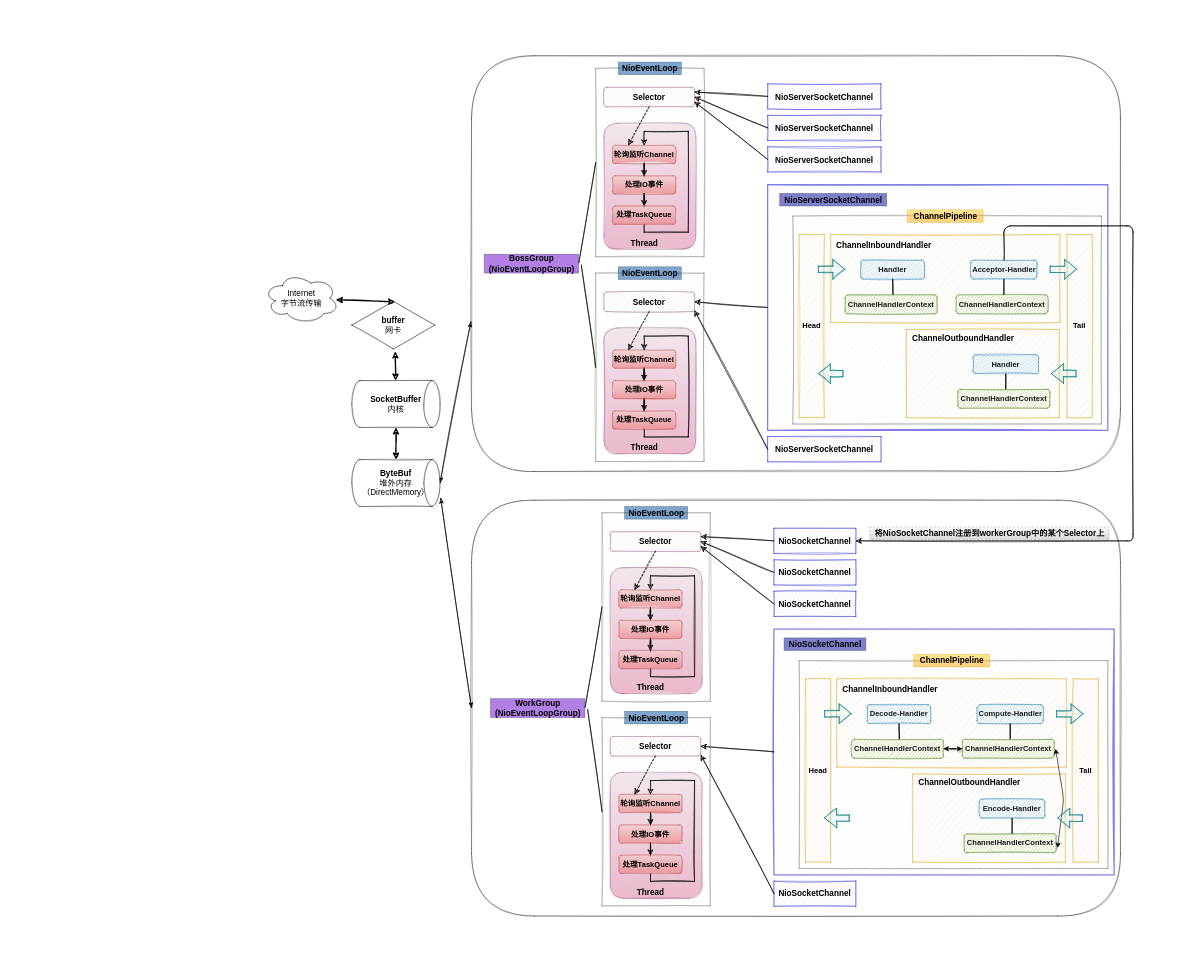
The draw.io diagram Untitled Diagram.drawio in IAMPadA/study, before the edit. Source tidied: cells renumbered, new cells numbered last; positions are measured from the earlier drawing's top-left corner, leaving out a move shared by most shapes. Both pictures are drawn from the tidied source at 63%, with x=0, y=0 at pixel (263, 55).
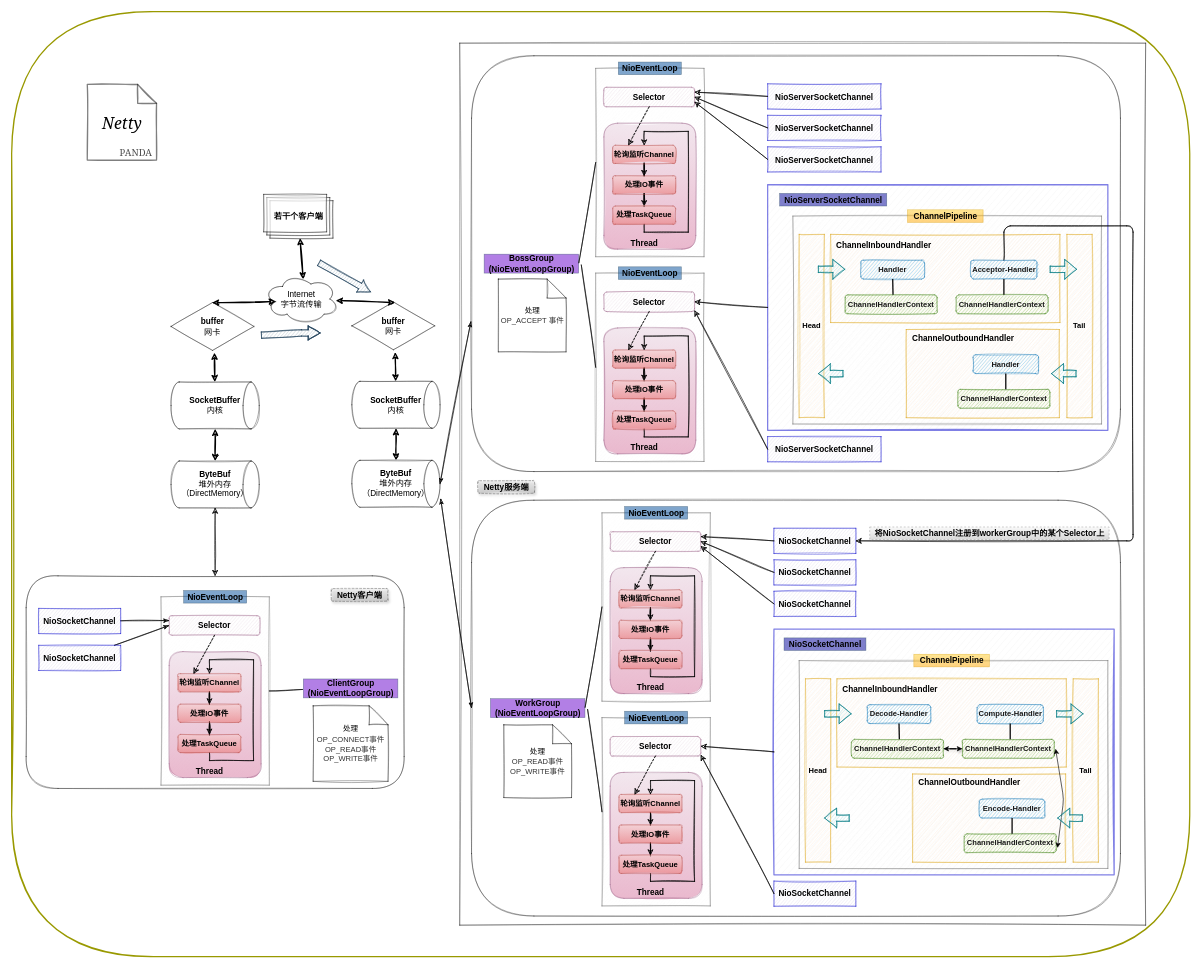
After the change.

The change refers to these unchanged cells:
```xml
<mxCell id="2" style="rounded=1;whiteSpace=wrap;html=1;shadow=0;glass=0;sketch=1;strokeWidth=1;fontFamily=Helvetica;fontSize=13;opacity=50;" parent="1" vertex="1">
  <mxGeometry x="330" y="705.5" width="1030" height="660" as="geometry" />
</mxCell>
<mxCell id="65" style="rounded=1;whiteSpace=wrap;html=1;shadow=0;glass=0;sketch=1;strokeWidth=1;fontFamily=Helvetica;fontSize=13;opacity=50;" parent="1" vertex="1">
  <mxGeometry x="330" width="1030" height="660" as="geometry" />
</mxCell>
```

Change to the diagram source:
```diff
@@
+    <mxCell id="136" style="rounded=1;whiteSpace=wrap;html=1;shadow=0;glass=0;sketch=1;strokeWidth=2;fontFamily=Georgia;fontSize=13;strokeColor=#999900;fillColor=#FFFFFF;" parent="1" vertex="1">
+      <mxGeometry x="-400" y="-70" width="1870" height="1500" as="geometry" />
+    </mxCell>
+    <mxCell id="137" style="shape=note;whiteSpace=wrap;html=1;backgroundOutline=1;darkOpacity=0.05;rounded=1;shadow=0;glass=0;sketch=1;strokeWidth=2;fontFamily=Georgia;fontSize=25;opacity=50;" parent="1" vertex="1">
+      <mxGeometry x="-280" y="45.5" width="110" height="120" as="geometry" />
+    </mxCell>
+    <mxCell id="138" style="rounded=0;whiteSpace=wrap;html=1;shadow=0;glass=0;sketch=1;strokeWidth=1;fontFamily=Helvetica;fontSize=13;opacity=50;" parent="1" vertex="1">
+      <mxGeometry x="311.2" y="-20" width="1088.8" height="1400" as="geometry" />
+    </mxCell>
+    <mxCell id="139" style="rounded=1;whiteSpace=wrap;html=1;shadow=0;glass=0;sketch=1;strokeWidth=1;fontFamily=Helvetica;fontSize=13;opacity=50;" parent="1" vertex="1">
+      <mxGeometry x="-377" y="825.5" width="600" height="337.5" as="geometry" />
+    </mxCell>
@@
-    <mxCell id="127" style="endArrow=classicThin;html=1;shadow=0;strokeWidth=1;fontFamily=Helvetica;fontSize=13;exitX=1;exitY=0.5;exitDx=0;exitDy=0;exitPerimeter=0;entryX=-0.001;entryY=0.639;entryDx=0;entryDy=0;entryPerimeter=0;sketch=1;endFill=1;startArrow=classicThin;startFill=1;" parent="1" edge="1" source="129" target="65">
-      <mxGeometry relative="1" as="geometry" />
-    </mxCell>
-    <mxCell id="128" style="endArrow=classicThin;html=1;shadow=0;strokeWidth=1;fontFamily=Helvetica;fontSize=13;exitX=0;exitY=0.5;exitDx=0;exitDy=0;entryX=1.007;entryY=0.816;entryDx=0;entryDy=0;entryPerimeter=0;sketch=1;startArrow=classicThin;startFill=1;endFill=1;" parent="1" edge="1" source="2" target="129">
-      <mxGeometry relative="1" as="geometry" />
-    </mxCell>
     <mxCell id="129" value="&lt;b&gt;ByteBuf&lt;/b&gt;&lt;br&gt;&lt;span&gt;堆外内存（DirectMemory）&lt;/span&gt;" style="strokeWidth=1;html=1;shape=mxgraph.flowchart.direct_data;whiteSpace=wrap;rounded=1;shadow=0;glass=0;sketch=1;fontFamily=Helvetica;fontSize=13;opacity=50;" parent="1" vertex="1">
-      <mxGeometry x="140" y="641" width="140" height="74.5" as="geometry" />
+      <mxGeometry x="140" y="642.2" width="140" height="74.5" as="geometry" />
     </mxCell>
     <mxCell id="130" value="&lt;b&gt;SocketBuffer&lt;/b&gt;&lt;br&gt;&lt;span&gt;内核&lt;/span&gt;" style="strokeWidth=1;html=1;shape=mxgraph.flowchart.direct_data;whiteSpace=wrap;rounded=1;shadow=0;glass=0;sketch=1;fontFamily=Helvetica;fontSize=13;opacity=50;" parent="1" vertex="1">
-      <mxGeometry x="140" y="515.5" width="140" height="74.5" as="geometry" />
+      <mxGeometry x="140" y="516.8" width="140" height="74.5" as="geometry" />
     </mxCell>
@@
     <mxCell id="132" value="&lt;b&gt;buffer&lt;/b&gt;&lt;br&gt;网卡" style="html=1;whiteSpace=wrap;shape=isoRectangle;rounded=1;shadow=0;glass=0;sketch=1;strokeWidth=1;fontFamily=Helvetica;fontSize=13;opacity=50;" parent="1" vertex="1">
-      <mxGeometry x="140" y="388" width="131.7" height="79" as="geometry" />
+      <mxGeometry x="140" y="389.2" width="131.7" height="79" as="geometry" />
     </mxCell>
@@
     <mxCell id="134" value="Internet&lt;br&gt;字节流传输" style="ellipse;shape=cloud;whiteSpace=wrap;html=1;rounded=1;shadow=0;glass=0;sketch=1;strokeWidth=1;fontFamily=Helvetica;fontSize=13;opacity=50;" parent="1" vertex="1">
-      <mxGeometry y="345" width="120" height="80" as="geometry" />
+      <mxGeometry y="346.2" width="120" height="80" as="geometry" />
     </mxCell>
@@
+    <mxCell id="140" value="&lt;b&gt;ByteBuf&lt;/b&gt;&lt;br&gt;&lt;span&gt;堆外内存（DirectMemory）&lt;/span&gt;" style="strokeWidth=1;html=1;shape=mxgraph.flowchart.direct_data;whiteSpace=wrap;rounded=1;shadow=0;glass=0;sketch=1;fontFamily=Helvetica;fontSize=13;opacity=50;" parent="1" vertex="1">
+      <mxGeometry x="-147" y="643.2" width="140" height="74.5" as="geometry" />
+    </mxCell>
+    <mxCell id="141" value="&lt;b&gt;SocketBuffer&lt;/b&gt;&lt;br&gt;&lt;span&gt;内核&lt;/span&gt;" style="strokeWidth=1;html=1;shape=mxgraph.flowchart.direct_data;whiteSpace=wrap;rounded=1;shadow=0;glass=0;sketch=1;fontFamily=Helvetica;fontSize=13;opacity=50;" parent="1" vertex="1">
+      <mxGeometry x="-147" y="517.8" width="140" height="74.5" as="geometry" />
+    </mxCell>
+    <mxCell id="142" style="endArrow=classic;startArrow=classic;html=1;shadow=0;strokeWidth=2;fontFamily=Helvetica;fontSize=13;exitX=0.5;exitY=1;exitDx=0;exitDy=0;exitPerimeter=0;entryX=0.5;entryY=0;entryDx=0;entryDy=0;entryPerimeter=0;sketch=1;" parent="1" edge="1" source="141" target="140">
+      <mxGeometry relative="1" as="geometry" />
+    </mxCell>
+    <mxCell id="143" value="&lt;b&gt;buffer&lt;/b&gt;&lt;br&gt;网卡" style="html=1;whiteSpace=wrap;shape=isoRectangle;rounded=1;shadow=0;glass=0;sketch=1;strokeWidth=1;fontFamily=Helvetica;fontSize=13;opacity=50;" parent="1" vertex="1">
+      <mxGeometry x="-147" y="390.2" width="131.7" height="79" as="geometry" />
+    </mxCell>
+    <mxCell id="144" style="endArrow=classic;startArrow=classic;html=1;shadow=0;strokeWidth=2;fontFamily=Helvetica;fontSize=13;exitX=0.523;exitY=1.029;exitDx=0;exitDy=0;exitPerimeter=0;sketch=1;" parent="1" edge="1" source="143" target="141">
+      <mxGeometry relative="1" as="geometry" />
+    </mxCell>
+    <mxCell id="145" style="endArrow=classic;startArrow=classic;html=1;shadow=0;strokeWidth=2;fontFamily=Helvetica;fontSize=13;exitX=0.495;exitY=0.023;exitDx=0;exitDy=0;exitPerimeter=0;sketch=1;entryX=0.16;entryY=0.55;entryDx=0;entryDy=0;entryPerimeter=0;" parent="1" edge="1" source="143" target="134">
+      <mxGeometry relative="1" as="geometry" />
+    </mxCell>
+    <mxCell id="146" value="&lt;span style=&quot;font-size: 13px&quot;&gt;ClientGroup&lt;br&gt;(NioEventLoopGroup)&lt;br&gt;&lt;/span&gt;" style="text;html=1;align=center;verticalAlign=middle;points=[];rounded=0;shadow=0;glass=0;sketch=0;opacity=50;fontStyle=1;strokeColor=#23445d;fillColor=#6600CC;" parent="1" vertex="1">
+      <mxGeometry x="63" y="989.2" width="150" height="30" as="geometry" />
+    </mxCell>
+    <mxCell id="147" style="rounded=0;whiteSpace=wrap;html=1;shadow=0;glass=0;sketch=1;strokeWidth=1;fontFamily=Helvetica;fontSize=13;opacity=50;fillColor=#f5f5f5;strokeColor=#666666;fontColor=#333333;" parent="1" vertex="1">
+      <mxGeometry x="-163" y="858.8" width="172" height="299" as="geometry" />
+    </mxCell>
+    <mxCell id="148" style="rounded=1;whiteSpace=wrap;html=1;shadow=0;glass=0;sketch=1;strokeColor=#996185;strokeWidth=1;fillColor=#e6d0de;fontFamily=Helvetica;opacity=50;gradientColor=#d5739d;" parent="1" vertex="1">
+      <mxGeometry x="-150" y="945.8" width="146" height="200" as="geometry" />
+    </mxCell>
+    <mxCell id="149" style="edgeStyle=orthogonalEdgeStyle;rounded=0;sketch=1;jettySize=auto;html=1;shadow=0;strokeWidth=1;fontFamily=Helvetica;" parent="1" edge="1" source="150" target="152">
+      <mxGeometry relative="1" as="geometry" />
+    </mxCell>
+    <mxCell id="150" value="&lt;font color=&quot;#000000&quot;&gt;轮询监听Channel&lt;/font&gt;" style="rounded=1;whiteSpace=wrap;html=1;shadow=0;glass=0;sketch=1;strokeColor=#b85450;strokeWidth=1;opacity=50;fontStyle=1;fontFamily=Helvetica;fillColor=#f8cecc;gradientColor=#ea6b66;" parent="1" vertex="1">
+      <mxGeometry x="-136" y="980.8" width="100" height="29" as="geometry" />
+    </mxCell>
+    <mxCell id="151" style="edgeStyle=orthogonalEdgeStyle;rounded=0;sketch=1;jettySize=auto;html=1;shadow=0;strokeWidth=1;fontFamily=Helvetica;" parent="1" edge="1" source="152" target="154">
+      <mxGeometry relative="1" as="geometry" />
+    </mxCell>
+    <mxCell id="152" value="&lt;font color=&quot;#000000&quot;&gt;处理IO事件&lt;/font&gt;" style="rounded=1;whiteSpace=wrap;html=1;shadow=0;glass=0;sketch=1;strokeColor=#b85450;strokeWidth=1;fillColor=#f8cecc;opacity=50;fontStyle=1;fontFamily=Helvetica;gradientColor=#ea6b66;" parent="1" vertex="1">
+      <mxGeometry x="-136" y="1029.2" width="100" height="29" as="geometry" />
+    </mxCell>
+    <mxCell id="153" style="edgeStyle=orthogonalEdgeStyle;rounded=0;sketch=1;jettySize=auto;html=1;shadow=0;strokeWidth=1;fontFamily=Helvetica;entryX=0.5;entryY=0;entryDx=0;entryDy=0;" parent="1" edge="1" source="154" target="150">
+      <mxGeometry relative="1" as="geometry">
+        <Array as="points">
+          <mxPoint x="-86" y="1118.8" />
+          <mxPoint x="-16" y="1118.8" />
+          <mxPoint x="-16" y="958.8" />
+          <mxPoint x="-86" y="958.8" />
+        </Array>
+      </mxGeometry>
+    </mxCell>
+    <mxCell id="154" value="&lt;font color=&quot;#000000&quot;&gt;处理TaskQueue&lt;/font&gt;" style="rounded=1;whiteSpace=wrap;html=1;shadow=0;glass=0;sketch=1;strokeColor=#b85450;strokeWidth=1;fillColor=#f8cecc;opacity=50;fontStyle=1;fontFamily=Helvetica;gradientColor=#ea6b66;" parent="1" vertex="1">
+      <mxGeometry x="-136" y="1077.2" width="100" height="29" as="geometry" />
+    </mxCell>
+    <mxCell id="155" value="Thread" style="text;html=1;align=center;verticalAlign=middle;rounded=0;shadow=0;glass=0;sketch=1;fontFamily=Helvetica;opacity=50;fontStyle=1;fontSize=13;" parent="1" vertex="1">
+      <mxGeometry x="-116" y="1125.8" width="60" height="20" as="geometry" />
+    </mxCell>
+    <mxCell id="156" value="Selector" style="rounded=1;whiteSpace=wrap;html=1;shadow=0;glass=0;sketch=1;strokeWidth=1;fontFamily=Helvetica;fontSize=13;opacity=50;fillColor=#E6D0DE;strokeColor=#996185;fontStyle=1;" parent="1" vertex="1">
+      <mxGeometry x="-150" y="888.8" width="144" height="31" as="geometry" />
+    </mxCell>
+    <mxCell id="157" value="&lt;span style=&quot;font-size: 13px&quot;&gt;NioEventLoop&lt;/span&gt;" style="text;html=1;align=center;verticalAlign=middle;rounded=0;shadow=0;glass=0;sketch=0;opacity=50;fontStyle=1;strokeColor=#23445d;fillColor=#004C99;" parent="1" vertex="1">
+      <mxGeometry x="-127" y="848.8" width="100" height="20" as="geometry" />
+    </mxCell>
+    <mxCell id="158" style="endArrow=classic;html=1;shadow=0;strokeWidth=1;fontFamily=Helvetica;fontSize=13;entryX=0.25;entryY=0;entryDx=0;entryDy=0;exitX=0.5;exitY=1;exitDx=0;exitDy=0;rounded=1;sketch=1;endFill=1;dashed=1;" parent="1" edge="1" source="156" target="150">
+      <mxGeometry relative="1" as="geometry" />
+    </mxCell>
+    <mxCell id="159" style="rounded=1;sketch=1;jettySize=auto;html=1;entryX=0;entryY=0.25;entryDx=0;entryDy=0;shadow=0;startArrow=none;startFill=0;endArrow=classicThin;endFill=1;strokeWidth=1;fontFamily=Helvetica;fontSize=13;" parent="1" edge="1" source="160" target="156">
+      <mxGeometry relative="1" as="geometry" />
+    </mxCell>
+    <mxCell id="160" value="&lt;b&gt;&lt;font style=&quot;font-size: 13px&quot;&gt;NioSocketChannel&lt;/font&gt;&lt;/b&gt;" style="rounded=0;whiteSpace=wrap;html=1;shadow=0;glass=0;sketch=1;strokeWidth=1;fillColor=#d0cee2;opacity=50;fillStyle=auto;strokeColor=#0000CC;" parent="1" vertex="1">
+      <mxGeometry x="-357" y="877.2" width="130" height="40" as="geometry" />
+    </mxCell>
+    <mxCell id="161" style="edgeStyle=none;rounded=1;sketch=1;jettySize=auto;html=1;entryX=0;entryY=0.5;entryDx=0;entryDy=0;shadow=0;startArrow=none;startFill=0;endArrow=classicThin;endFill=1;strokeWidth=1;fontFamily=Helvetica;fontSize=13;" parent="1" edge="1" source="162" target="156">
+      <mxGeometry relative="1" as="geometry" />
+    </mxCell>
+    <mxCell id="162" value="&lt;b&gt;&lt;font style=&quot;font-size: 13px&quot;&gt;NioSocketChannel&lt;/font&gt;&lt;/b&gt;" style="rounded=0;whiteSpace=wrap;html=1;shadow=0;glass=0;sketch=1;strokeWidth=1;fillColor=#d0cee2;opacity=50;fillStyle=auto;strokeColor=#0000CC;" parent="1" vertex="1">
+      <mxGeometry x="-357" y="935.8" width="130" height="40" as="geometry" />
+    </mxCell>
+    <mxCell id="163" value="&lt;font style=&quot;font-size: 12px&quot;&gt;处理&lt;span style=&quot;color: rgb(51 , 51 , 51) ; text-align: left ; background-color: rgb(255 , 255 , 255)&quot;&gt;OP_ACCEPT&amp;nbsp;事件&lt;/span&gt;&lt;/font&gt;" style="shape=note;whiteSpace=wrap;html=1;backgroundOutline=1;darkOpacity=0.05;rounded=1;shadow=0;glass=0;sketch=1;strokeWidth=1;fontFamily=Helvetica;fontSize=13;opacity=50;" parent="1" vertex="1">
+      <mxGeometry x="372.5" y="354.5" width="107.5" height="115.5" as="geometry" />
+    </mxCell>
+    <mxCell id="164" value="&lt;font style=&quot;font-size: 12px&quot;&gt;处理&lt;br&gt;&lt;span style=&quot;color: rgb(51 , 51 , 51) ; text-align: left ; background-color: rgb(255 , 255 , 255)&quot;&gt;OP_&lt;/span&gt;&lt;span style=&quot;color: rgb(51 , 51 , 51) ; font-family: , &amp;#34;sf ui text&amp;#34; , &amp;#34;arial&amp;#34; , &amp;#34;pingfang sc&amp;#34; , &amp;#34;hiragino sans gb&amp;#34; , &amp;#34;microsoft yahei&amp;#34; , &amp;#34;wenquanyi micro hei&amp;#34; , sans-serif , &amp;#34;simhei&amp;#34; , &amp;#34;simsun&amp;#34; ; text-align: left ; background-color: rgb(255 , 255 , 255)&quot;&gt;READ&lt;/span&gt;&lt;span style=&quot;color: rgb(51 , 51 , 51) ; text-align: left ; background-color: rgb(255 , 255 , 255)&quot;&gt;事件&lt;br&gt;OP_WRITE事件&lt;br&gt;&lt;/span&gt;&lt;/font&gt;" style="shape=note;whiteSpace=wrap;html=1;backgroundOutline=1;darkOpacity=0.05;rounded=1;shadow=0;glass=0;sketch=1;strokeWidth=1;fontFamily=Helvetica;fontSize=13;opacity=50;" parent="1" vertex="1">
+      <mxGeometry x="381.2" y="1062" width="107.5" height="115.5" as="geometry" />
+    </mxCell>
+    <mxCell id="165" style="endArrow=none;html=1;shadow=0;strokeWidth=1;fontFamily=Helvetica;fontSize=13;exitX=-0.009;exitY=0.557;exitDx=0;exitDy=0;exitPerimeter=0;entryX=1;entryY=0.5;entryDx=0;entryDy=0;sketch=1;" parent="1" edge="1" source="146" target="147">
+      <mxGeometry relative="1" as="geometry" />
+    </mxCell>
+    <mxCell id="166" style="endArrow=classic;startArrow=classic;html=1;shadow=0;strokeWidth=1;fontFamily=Helvetica;fontSize=13;exitX=0.5;exitY=0;exitDx=0;exitDy=0;sketch=1;entryX=0.5;entryY=1;entryDx=0;entryDy=0;entryPerimeter=0;" parent="1" edge="1" source="139" target="140">
+      <mxGeometry relative="1" as="geometry" />
+    </mxCell>
+    <mxCell id="167" value="&lt;font&gt;&lt;span style=&quot;font-size: 12px&quot;&gt;处理&lt;/span&gt;&lt;br&gt;&lt;span style=&quot;font-size: 12px ; color: rgb(51 , 51 , 51) ; text-align: left ; background-color: rgb(255 , 255 , 255)&quot;&gt;OP_&lt;/span&gt;&lt;span style=&quot;color: rgb(51 , 51 , 51) ; font-family: , &amp;#34;sf ui text&amp;#34; , &amp;#34;arial&amp;#34; , &amp;#34;pingfang sc&amp;#34; , &amp;#34;hiragino sans gb&amp;#34; , &amp;#34;microsoft yahei&amp;#34; , &amp;#34;wenquanyi micro hei&amp;#34; , sans-serif , &amp;#34;simhei&amp;#34; , &amp;#34;simsun&amp;#34; ; text-align: left ; background-color: rgb(255 , 255 , 255)&quot;&gt;&lt;font style=&quot;font-size: 12px&quot;&gt;CONNECT&lt;/font&gt;&lt;/span&gt;&lt;span style=&quot;font-size: 12px ; color: rgb(51 , 51 , 51) ; text-align: left ; background-color: rgb(255 , 255 , 255)&quot;&gt;事件&lt;/span&gt;&lt;br&gt;&lt;span style=&quot;font-size: 12px ; color: rgb(51 , 51 , 51) ; text-align: left ; background-color: rgb(255 , 255 , 255)&quot;&gt;OP_&lt;/span&gt;&lt;span style=&quot;font-size: 12px ; color: rgb(51 , 51 , 51) ; text-align: left ; background-color: rgb(255 , 255 , 255)&quot;&gt;READ&lt;/span&gt;&lt;span style=&quot;font-size: 12px ; color: rgb(51 , 51 , 51) ; text-align: left ; background-color: rgb(255 , 255 , 255)&quot;&gt;事件&lt;br&gt;OP_WRITE事件&lt;br&gt;&lt;/span&gt;&lt;/font&gt;" style="shape=note;whiteSpace=wrap;html=1;backgroundOutline=1;darkOpacity=0.05;rounded=1;shadow=0;glass=0;sketch=1;strokeWidth=1;fontFamily=Helvetica;fontSize=13;opacity=50;" parent="1" vertex="1">
+      <mxGeometry x="78.6" y="1031.9" width="118.8" height="119.8" as="geometry" />
+    </mxCell>
+    <mxCell id="168" value="&lt;b&gt;Netty客户端&lt;/b&gt;" style="text;html=1;align=center;verticalAlign=middle;rounded=1;shadow=1;glass=0;sketch=1;fontFamily=Helvetica;fontSize=13;opacity=50;fillColor=#f5f5f5;strokeColor=#666666;dashed=1;gradientColor=#b3b3b3;" parent="1" vertex="1">
+      <mxGeometry x="107.4" y="845.8" width="90" height="20" as="geometry" />
+    </mxCell>
+    <mxCell id="127" style="endArrow=classicThin;html=1;shadow=0;strokeWidth=1;fontFamily=Helvetica;fontSize=13;exitX=1;exitY=0.5;exitDx=0;exitDy=0;exitPerimeter=0;entryX=-0.001;entryY=0.639;entryDx=0;entryDy=0;entryPerimeter=0;sketch=1;endFill=1;startArrow=classicThin;startFill=1;" parent="1" edge="1" source="129" target="65">
+      <mxGeometry relative="1" as="geometry" />
+    </mxCell>
+    <mxCell id="128" style="endArrow=classicThin;html=1;shadow=0;strokeWidth=1;fontFamily=Helvetica;fontSize=13;exitX=0;exitY=0.5;exitDx=0;exitDy=0;entryX=1.007;entryY=0.816;entryDx=0;entryDy=0;entryPerimeter=0;sketch=1;startArrow=classicThin;startFill=1;endFill=1;" parent="1" edge="1" source="2" target="129">
+      <mxGeometry relative="1" as="geometry" />
+    </mxCell>
+    <mxCell id="169" value="&lt;b&gt;&lt;span&gt;Netty&lt;/span&gt;&lt;font style=&quot;font-size: 13px&quot;&gt;服务&lt;/font&gt;&lt;span&gt;端&lt;/span&gt;&lt;/b&gt;" style="text;html=1;align=center;verticalAlign=middle;rounded=1;shadow=1;glass=0;sketch=1;fontFamily=Helvetica;fontSize=13;opacity=50;dashed=1;strokeColor=#666666;gradientColor=#b3b3b3;fillColor=#f5f5f5;" parent="1" vertex="1">
+      <mxGeometry x="340" y="674.5" width="90" height="20" as="geometry" />
+    </mxCell>
+    <mxCell id="170" style="endArrow=classic;startArrow=classic;html=1;shadow=0;strokeWidth=2;fontFamily=Helvetica;fontSize=13;sketch=1;entryX=0.523;entryY=0.107;entryDx=0;entryDy=0;entryPerimeter=0;" parent="1" edge="1" source="171" target="134">
+      <mxGeometry relative="1" as="geometry" />
+    </mxCell>
+    <mxCell id="171" style="verticalLabelPosition=bottom;verticalAlign=top;html=1;shape=mxgraph.basic.layered_rect;dx=10;outlineConnect=0;rounded=1;shadow=0;glass=0;sketch=1;strokeWidth=1;fontFamily=Helvetica;fontSize=13;opacity=50;" parent="1" vertex="1">
+      <mxGeometry y="220" width="110" height="69.5" as="geometry" />
+    </mxCell>
+    <mxCell id="172" value="若干个客户端" style="text;html=1;align=center;verticalAlign=middle;fillColor=none;strokeColor=none;rounded=0;shadow=0;glass=0;sketch=1;fontFamily=Georgia;fontSize=13;fontColor=#000000;opacity=50;fontStyle=1;" parent="1" vertex="1">
+      <mxGeometry x="10" y="244.5" width="90" height="20" as="geometry" />
+    </mxCell>
+    <mxCell id="173" style="shape=flexArrow;endArrow=classic;html=1;shadow=0;strokeWidth=1;fillColor=#bac8d3;strokeColor=#23445d;sketch=1;endWidth=11;endSize=5.94;" parent="1" edge="1">
+      <mxGeometry relative="1" as="geometry">
+        <mxPoint x="87.4" y="328.5" as="sourcePoint" />
+        <mxPoint x="170" y="375" as="targetPoint" />
+      </mxGeometry>
+    </mxCell>
+    <mxCell id="174" style="shape=flexArrow;endArrow=classic;html=1;shadow=0;strokeWidth=1;fillColor=#bac8d3;strokeColor=#23445d;sketch=1;endWidth=11;endSize=5.94;" parent="1" edge="1">
+      <mxGeometry relative="1" as="geometry">
+        <mxPoint x="-4" y="443.5" as="sourcePoint" />
+        <mxPoint x="90" y="440" as="targetPoint" />
+        <Array as="points">
+          <mxPoint x="60" y="440" />
+        </Array>
+      </mxGeometry>
+    </mxCell>
+    <mxCell id="175" value="Netty" style="text;html=1;align=center;verticalAlign=middle;fillColor=none;strokeColor=none;rounded=0;shadow=0;glass=0;sketch=1;fontFamily=Georgia;fontSize=25;fontColor=#000000;opacity=50;fontStyle=2;" parent="1" vertex="1">
+      <mxGeometry x="-265" y="85.5" width="80" height="40" as="geometry" />
+    </mxCell>
+    <mxCell id="176" value="PANDA" style="text;html=1;align=center;verticalAlign=middle;fillColor=none;strokeColor=none;rounded=0;shadow=0;glass=0;sketch=1;fontFamily=Georgia;fontSize=15;fontStyle=0;fontColor=#4D4D4D;" parent="1" vertex="1">
+      <mxGeometry x="-238" y="143" width="70" height="20" as="geometry" />
+    </mxCell>
```
